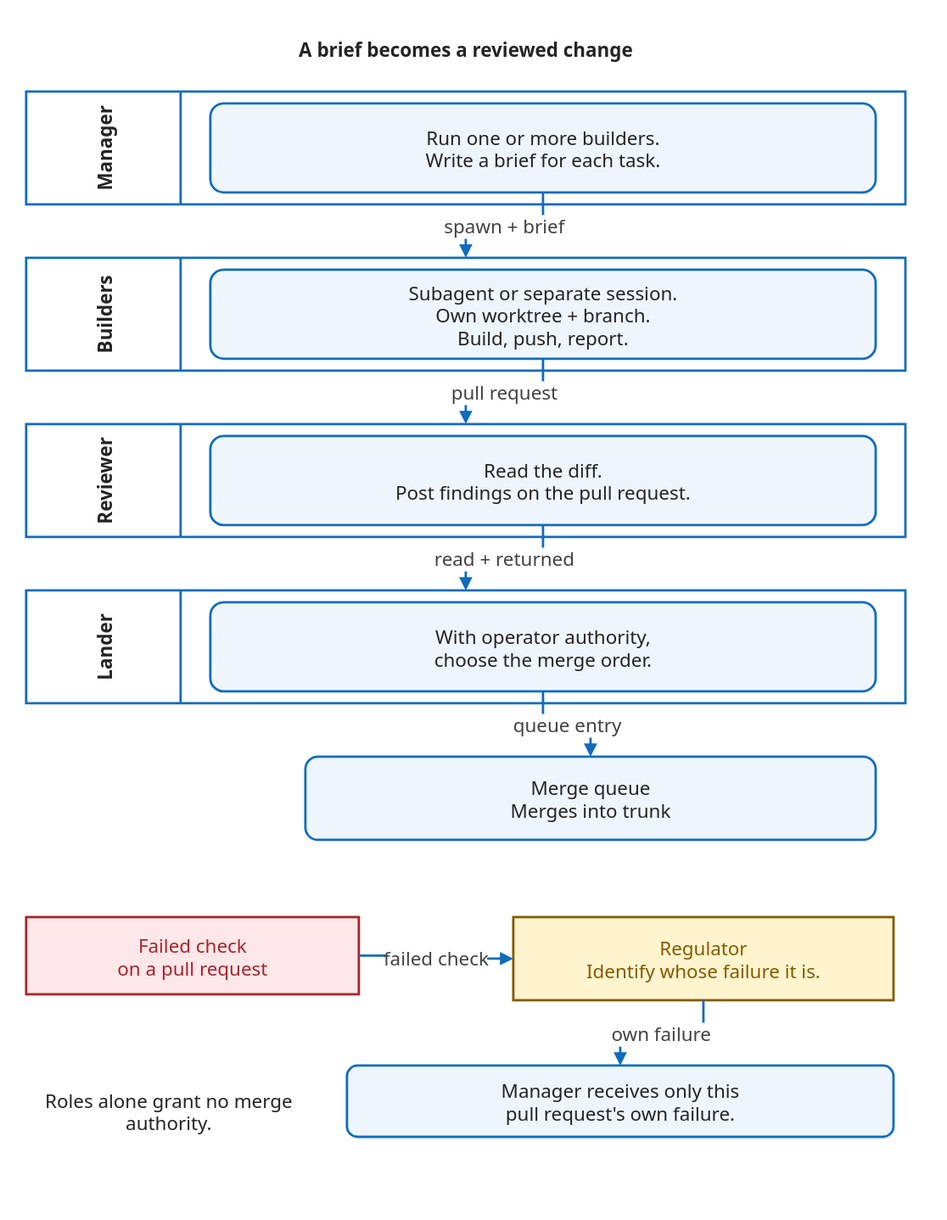
wshallwshall/korus keeps this draw.io diagram as docs/assets/diagrams/g04-build-handoffs.svg. Above is the earlier version. Source tidied: cells renumbered, new cells last; positions are measured from the earlier drawing's top-left corner, leaving out a move shared by most shapes.
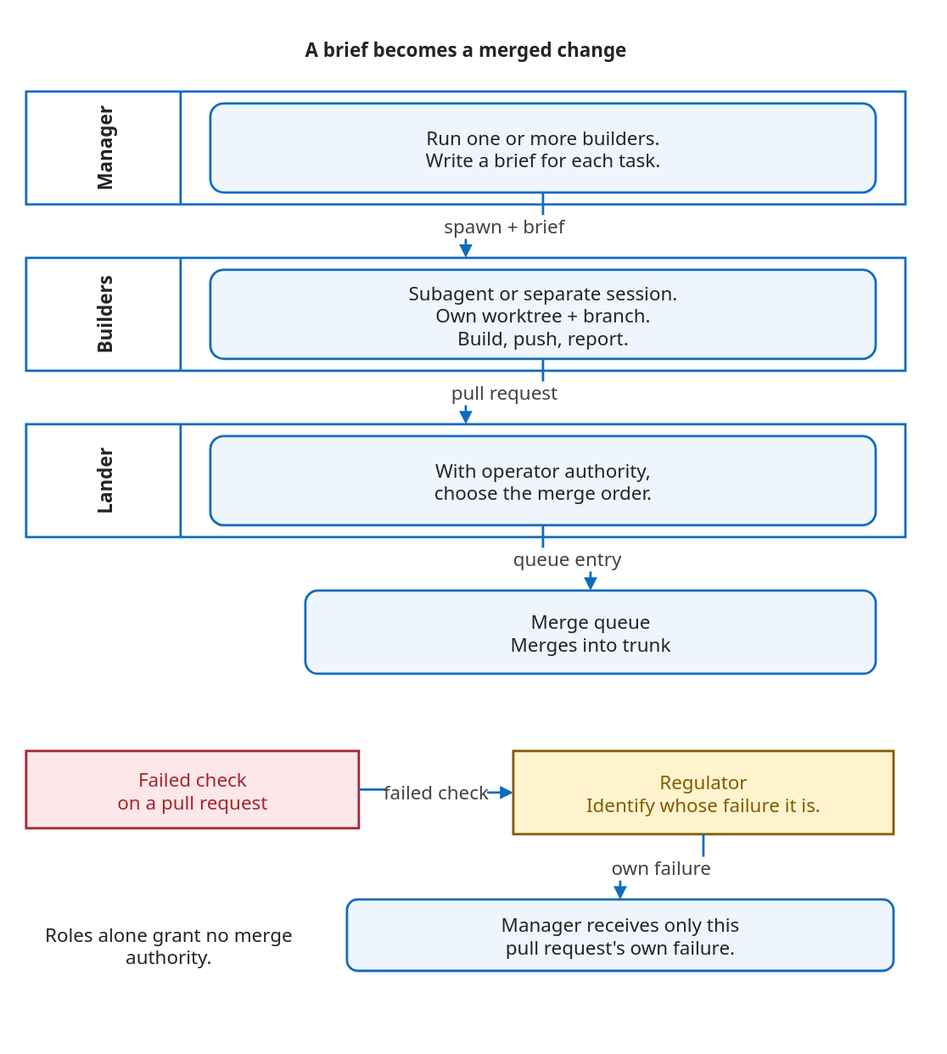
The same diagram one commit later.

Commit message:
docs(diagrams): redraw g04-build-handoffs without the retired Reviewer lane (#107)

The edit, as a diff of the source:
```diff
@@ -3,19 +3,19 @@
     <mxCell id="0" />
     <mxCell id="1" parent="0" />
     <mxCell id="2" style="html=0;fontFamily=Segoe UI,Arial,sans-serif;fontSize=16;fontColor=#242424;strokeColor=#0f6cbd;strokeWidth=2;fillColor=#eef5fc;spacing=10;fillColor=#ffffff;strokeColor=none;fontFamily=Segoe UI,Arial,sans-serif;fontSize=16;" parent="1" vertex="1">
-      <mxGeometry width="760" height="990" as="geometry" />
+      <mxGeometry y="140" width="760" height="850" as="geometry" />
     </mxCell>
-    <mxCell id="3" value="A brief becomes a reviewed change" style="html=0;fontFamily=Segoe UI,Arial,sans-serif;fontSize=16;fontColor=#242424;strokeColor=#0f6cbd;strokeWidth=2;fillColor=#eef5fc;spacing=10;fillColor=none;strokeColor=none;spacing=0;fontStyle=1;fontFamily=Segoe UI,Arial,sans-serif;fontSize=16;" parent="1" vertex="1">
-      <mxGeometry x="10" y="8" width="740" height="42" as="geometry" />
+    <mxCell id="3" value="A brief becomes a merged change" style="html=0;fontFamily=Segoe UI,Arial,sans-serif;fontSize=16;fontColor=#242424;strokeColor=#0f6cbd;strokeWidth=2;fillColor=#eef5fc;spacing=10;fillColor=none;strokeColor=none;spacing=0;fontStyle=1;fontFamily=Segoe UI,Arial,sans-serif;fontSize=16;" parent="1" vertex="1">
+      <mxGeometry x="10" y="148" width="740" height="42" as="geometry" />
     </mxCell>
     <mxCell id="4" value="Manager" style="html=0;fontFamily=Segoe UI,Arial,sans-serif;fontSize=16;fontColor=#242424;strokeColor=#0f6cbd;strokeWidth=2;fillColor=#eef5fc;spacing=10;swimlane;startSize=130;horizontal=0;fillColor=#ffffff;fontFamily=Segoe UI,Arial,sans-serif;fontSize=16;" parent="1" vertex="1">
-      <mxGeometry x="10" y="65" width="740" height="95" as="geometry" />
+      <mxGeometry x="10" y="205" width="740" height="95" as="geometry" />
     </mxCell>
     <mxCell id="5" value="Run one or more builders.&#10;Write a brief for each task." style="html=0;fontFamily=Segoe UI,Arial,sans-serif;fontSize=16;fontColor=#242424;strokeColor=#0f6cbd;strokeWidth=2;fillColor=#eef5fc;spacing=10;rounded=1;fontFamily=Segoe UI,Arial,sans-serif;fontSize=16;" parent="4" vertex="1">
       <mxGeometry x="155" y="10" width="560" height="75" as="geometry" />
     </mxCell>
     <mxCell id="6" value="Builders" style="html=0;fontFamily=Segoe UI,Arial,sans-serif;fontSize=16;fontColor=#242424;strokeColor=#0f6cbd;strokeWidth=2;fillColor=#eef5fc;spacing=10;swimlane;startSize=130;horizontal=0;fillColor=#ffffff;fontFamily=Segoe UI,Arial,sans-serif;fontSize=16;" parent="1" vertex="1">
-      <mxGeometry x="10" y="205" width="740" height="95" as="geometry" />
+      <mxGeometry x="10" y="345" width="740" height="95" as="geometry" />
     </mxCell>
     <mxCell id="7" value="Subagent or separate session.&#10;Own worktree + branch.&#10;Build, push, report." style="html=0;fontFamily=Segoe UI,Arial,sans-serif;fontSize=16;fontColor=#242424;strokeColor=#0f6cbd;strokeWidth=2;fillColor=#eef5fc;spacing=10;rounded=1;fontFamily=Segoe UI,Arial,sans-serif;fontSize=16;" parent="6" vertex="1">
       <mxGeometry x="155" y="10" width="560" height="75" as="geometry" />
@@ -23,24 +23,15 @@
     <mxCell id="8" value="spawn + brief" style="edgeStyle=orthogonalEdgeStyle;rounded=0;html=0;fontFamily=Segoe UI,Arial,sans-serif;fontSize=16;fontColor=#424242;labelBackgroundColor=#ffffff;strokeColor=#0f6cbd;strokeWidth=2;endArrow=block;endFill=1;" parent="1" edge="1" source="5" target="6">
       <mxGeometry relative="1" as="geometry" />
     </mxCell>
-    <mxCell id="9" value="Reviewer" style="html=0;fontFamily=Segoe UI,Arial,sans-serif;fontSize=16;fontColor=#242424;strokeColor=#0f6cbd;strokeWidth=2;fillColor=#eef5fc;spacing=10;swimlane;startSize=130;horizontal=0;fillColor=#ffffff;fontFamily=Segoe UI,Arial,sans-serif;fontSize=16;" parent="1" vertex="1">
-      <mxGeometry x="10" y="345" width="740" height="95" as="geometry" />
-    </mxCell>
-    <mxCell id="10" value="Read the diff.&#10;Post findings on the pull request." style="html=0;fontFamily=Segoe UI,Arial,sans-serif;fontSize=16;fontColor=#242424;strokeColor=#0f6cbd;strokeWidth=2;fillColor=#eef5fc;spacing=10;rounded=1;fontFamily=Segoe UI,Arial,sans-serif;fontSize=16;" parent="9" vertex="1">
-      <mxGeometry x="155" y="10" width="560" height="75" as="geometry" />
-    </mxCell>
-    <mxCell id="11" value="pull request" style="edgeStyle=orthogonalEdgeStyle;rounded=0;html=0;fontFamily=Segoe UI,Arial,sans-serif;fontSize=16;fontColor=#424242;labelBackgroundColor=#ffffff;strokeColor=#0f6cbd;strokeWidth=2;endArrow=block;endFill=1;" parent="1" edge="1" source="7" target="9">
-      <mxGeometry relative="1" as="geometry" />
-    </mxCell>
     <mxCell id="12" value="Lander" style="html=0;fontFamily=Segoe UI,Arial,sans-serif;fontSize=16;fontColor=#242424;strokeColor=#0f6cbd;strokeWidth=2;fillColor=#eef5fc;spacing=10;swimlane;startSize=130;horizontal=0;fillColor=#ffffff;fontFamily=Segoe UI,Arial,sans-serif;fontSize=16;" parent="1" vertex="1">
       <mxGeometry x="10" y="485" width="740" height="95" as="geometry" />
     </mxCell>
     <mxCell id="13" value="With operator authority,&#10;choose the merge order." style="html=0;fontFamily=Segoe UI,Arial,sans-serif;fontSize=16;fontColor=#242424;strokeColor=#0f6cbd;strokeWidth=2;fillColor=#eef5fc;spacing=10;rounded=1;fontFamily=Segoe UI,Arial,sans-serif;fontSize=16;" parent="12" vertex="1">
       <mxGeometry x="155" y="10" width="560" height="75" as="geometry" />
     </mxCell>
-    <mxCell id="14" value="read + returned" style="edgeStyle=orthogonalEdgeStyle;rounded=0;html=0;fontFamily=Segoe UI,Arial,sans-serif;fontSize=16;fontColor=#424242;labelBackgroundColor=#ffffff;strokeColor=#0f6cbd;strokeWidth=2;endArrow=block;endFill=1;" parent="1" edge="1" source="10" target="12">
-      <mxGeometry relative="1" as="geometry" />
-    </mxCell>
+    <mxCell id="11" value="pull request" style="edgeStyle=orthogonalEdgeStyle;rounded=0;html=0;fontFamily=Segoe UI,Arial,sans-serif;fontSize=16;fontColor=#424242;labelBackgroundColor=#ffffff;strokeColor=#0f6cbd;strokeWidth=2;endArrow=block;endFill=1;" parent="1" edge="1" source="7" target="12">
+      <mxGeometry relative="1" as="geometry" />
+    </mxCell>
     <mxCell id="15" value="Merge queue&#10;Merges into trunk" style="html=0;fontFamily=Segoe UI,Arial,sans-serif;fontSize=16;fontColor=#242424;strokeColor=#0f6cbd;strokeWidth=2;fillColor=#eef5fc;spacing=10;rounded=1;fontFamily=Segoe UI,Arial,sans-serif;fontSize=16;" parent="1" vertex="1">
       <mxGeometry x="245" y="625" width="480" height="70" as="geometry" />
     </mxCell>
```
